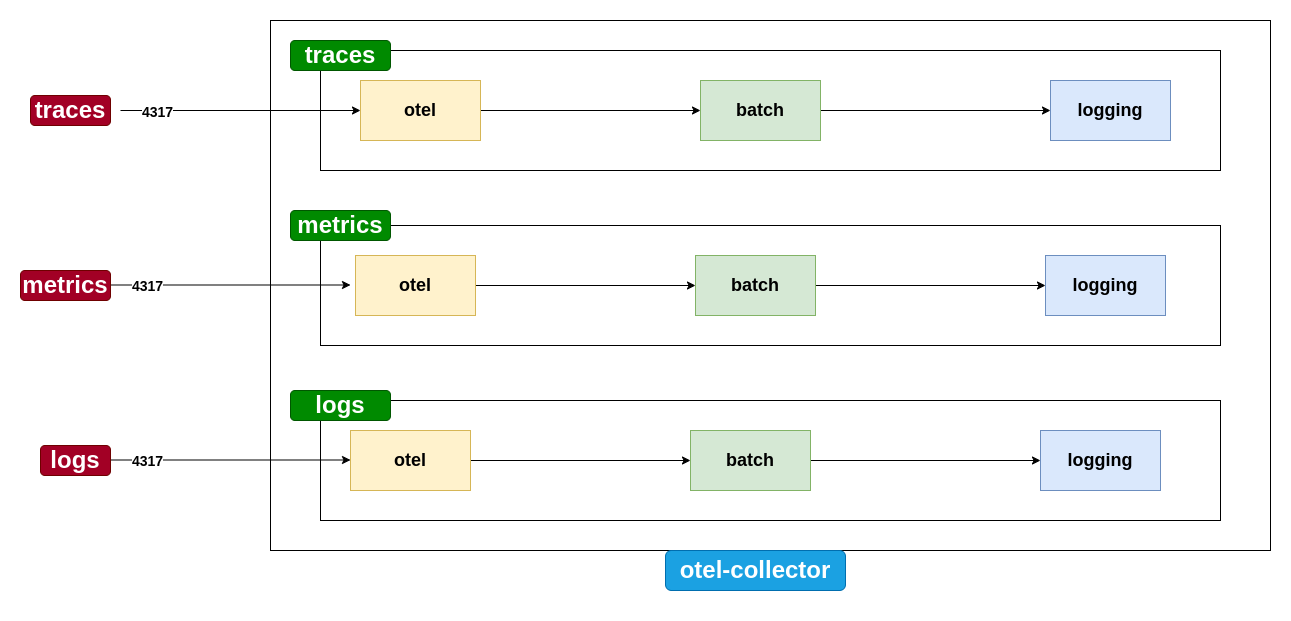
This is experiments/single-app-single-collector/docs/assets/otel-pipeline.drawio.png from rutu-sh/otel-k8s-experiments, a draw.io export, as it was before one commit. Source tidied: cells renumbered, new cells last; positions are measured from the earlier drawing's top-left corner, leaving out a move shared by most shapes.
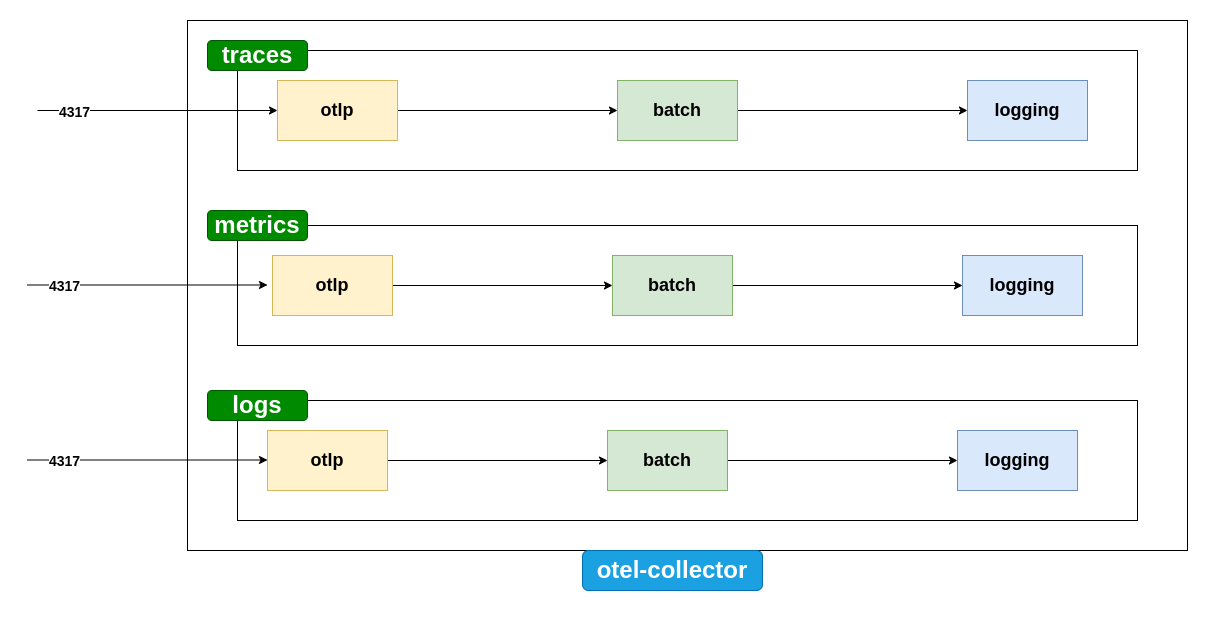
Later version of the same file.

Commit message:
fix: update otel pipeline diag

Diff of the diagram source:
```diff
@@ -17,7 +17,7 @@
     <mxCell id="6" style="edgeStyle=orthogonalEdgeStyle;rounded=0;jettySize=auto;html=1;exitX=1;exitY=0.5;exitDx=0;exitDy=0;entryX=0;entryY=0.5;entryDx=0;entryDy=0;" parent="1" edge="1" source="7" target="9">
       <mxGeometry relative="1" as="geometry" />
     </mxCell>
-    <mxCell id="7" value="&lt;h2&gt;otel&lt;/h2&gt;" style="rounded=0;whiteSpace=wrap;html=1;fillColor=#fff2cc;strokeColor=#d6b656;" parent="1" vertex="1">
+    <mxCell id="7" value="&lt;h2&gt;otlp&lt;/h2&gt;" style="rounded=0;whiteSpace=wrap;html=1;fillColor=#fff2cc;strokeColor=#d6b656;" parent="1" vertex="1">
       <mxGeometry x="340" y="60" width="120" height="60" as="geometry" />
     </mxCell>
     <mxCell id="8" style="edgeStyle=orthogonalEdgeStyle;rounded=0;jettySize=auto;html=1;" parent="1" edge="1" source="9" target="10">
@@ -32,7 +32,7 @@
     <mxCell id="11" style="edgeStyle=orthogonalEdgeStyle;rounded=0;jettySize=auto;html=1;exitX=1;exitY=0.5;exitDx=0;exitDy=0;" parent="1" edge="1" source="12" target="14">
       <mxGeometry relative="1" as="geometry" />
     </mxCell>
-    <mxCell id="12" value="&lt;h2&gt;otel&lt;/h2&gt;" style="rounded=0;whiteSpace=wrap;html=1;fillColor=#fff2cc;strokeColor=#d6b656;" parent="1" vertex="1">
+    <mxCell id="12" value="&lt;h2 style=&quot;border-color: var(--border-color);&quot;&gt;otlp&lt;/h2&gt;" style="rounded=0;whiteSpace=wrap;html=1;fillColor=#fff2cc;strokeColor=#d6b656;" parent="1" vertex="1">
       <mxGeometry x="335" y="235" width="120" height="60" as="geometry" />
     </mxCell>
     <mxCell id="13" style="edgeStyle=orthogonalEdgeStyle;rounded=0;jettySize=auto;html=1;exitX=1;exitY=0.5;exitDx=0;exitDy=0;" parent="1" edge="1" source="14" target="15">
@@ -47,7 +47,7 @@
     <mxCell id="16" style="edgeStyle=orthogonalEdgeStyle;rounded=0;jettySize=auto;html=1;exitX=1;exitY=0.5;exitDx=0;exitDy=0;" parent="1" edge="1" source="17" target="19">
       <mxGeometry relative="1" as="geometry" />
     </mxCell>
-    <mxCell id="17" value="&lt;h2&gt;otel&lt;/h2&gt;" style="rounded=0;whiteSpace=wrap;html=1;fillColor=#fff2cc;strokeColor=#d6b656;" parent="1" vertex="1">
+    <mxCell id="17" value="&lt;h2 style=&quot;border-color: var(--border-color);&quot;&gt;otlp&lt;/h2&gt;" style="rounded=0;whiteSpace=wrap;html=1;fillColor=#fff2cc;strokeColor=#d6b656;" parent="1" vertex="1">
       <mxGeometry x="330" y="410" width="120" height="60" as="geometry" />
     </mxCell>
     <mxCell id="18" style="edgeStyle=orthogonalEdgeStyle;rounded=0;jettySize=auto;html=1;exitX=1;exitY=0.5;exitDx=0;exitDy=0;entryX=0;entryY=0.5;entryDx=0;entryDy=0;" parent="1" edge="1" source="19" target="20">
@@ -97,14 +97,5 @@
     <mxCell id="30" value="4317" style="edgeLabel;html=1;align=center;verticalAlign=middle;fontSize=14;fontStyle=1;" parent="29" vertex="1">
       <mxGeometry x="-0.7" y="-1" relative="1" as="geometry" />
     </mxCell>
-    <mxCell id="31" value="&lt;h1&gt;logs&lt;/h1&gt;" style="rounded=1;whiteSpace=wrap;html=1;fillColor=#a20025;strokeColor=#6F0000;fontColor=#ffffff;" parent="1" vertex="1">
-      <mxGeometry x="20" y="425" width="70" height="30" as="geometry" />
-    </mxCell>
-    <mxCell id="32" value="&lt;h1&gt;metrics&lt;/h1&gt;" style="rounded=1;whiteSpace=wrap;html=1;fillColor=#a20025;strokeColor=#6F0000;fontColor=#ffffff;" parent="1" vertex="1">
-      <mxGeometry y="250" width="90" height="30" as="geometry" />
-    </mxCell>
-    <mxCell id="33" value="&lt;h1&gt;traces&lt;/h1&gt;" style="rounded=1;whiteSpace=wrap;html=1;fillColor=#a20025;strokeColor=#6F0000;fontColor=#ffffff;" parent="1" vertex="1">
-      <mxGeometry x="10" y="75" width="80" height="30" as="geometry" />
-    </mxCell>
   </root>
 </mxGraphModel>
```
